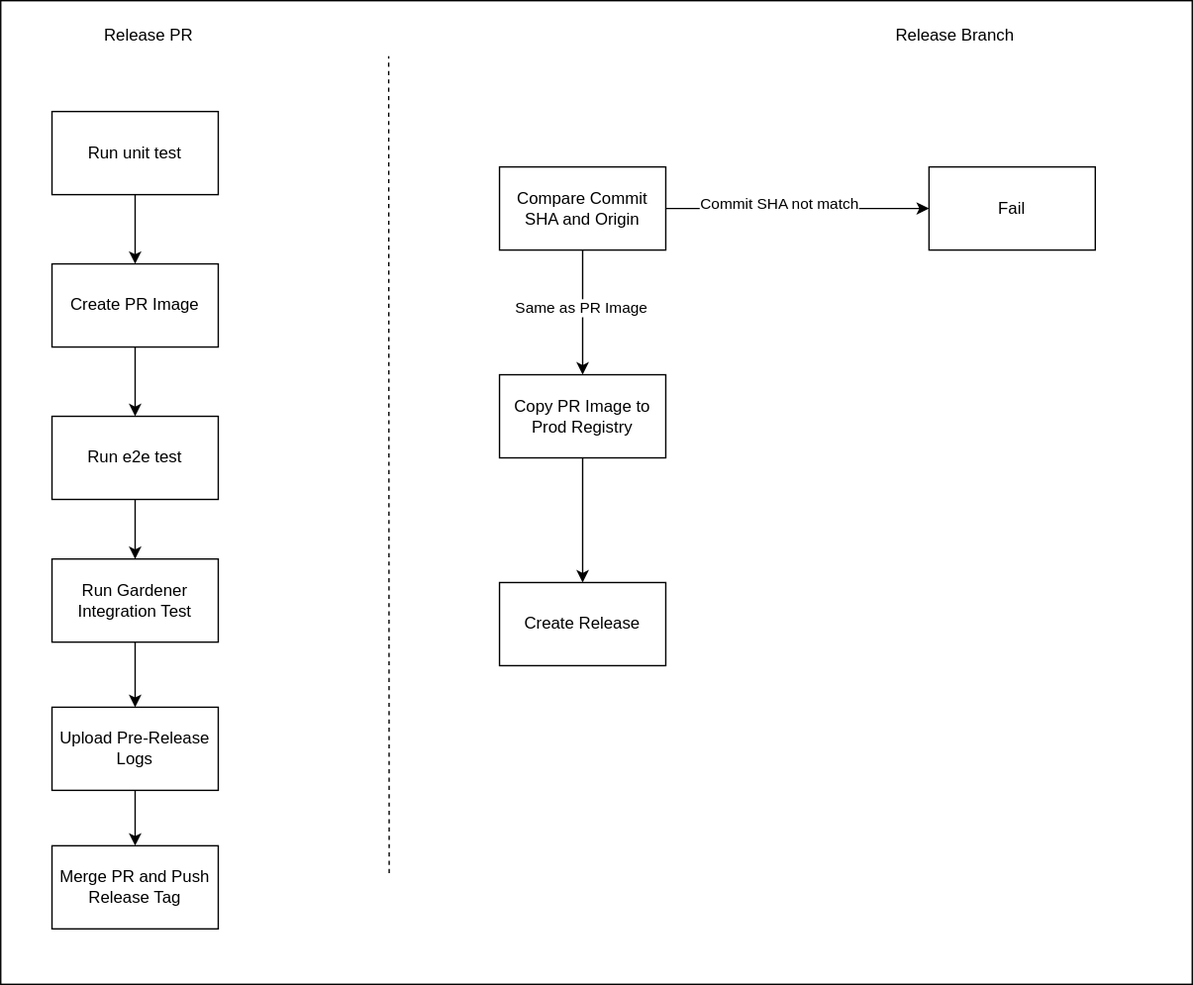
kyma-project/telemetry-manager keeps this draw.io diagram as docs/contributor/assets/auditable-release-alternative.drawio.svg. Above is the earlier version. Source tidied: cells renumbered, new cells last; positions are measured from the earlier drawing's top-left corner, leaving out a move shared by most shapes.
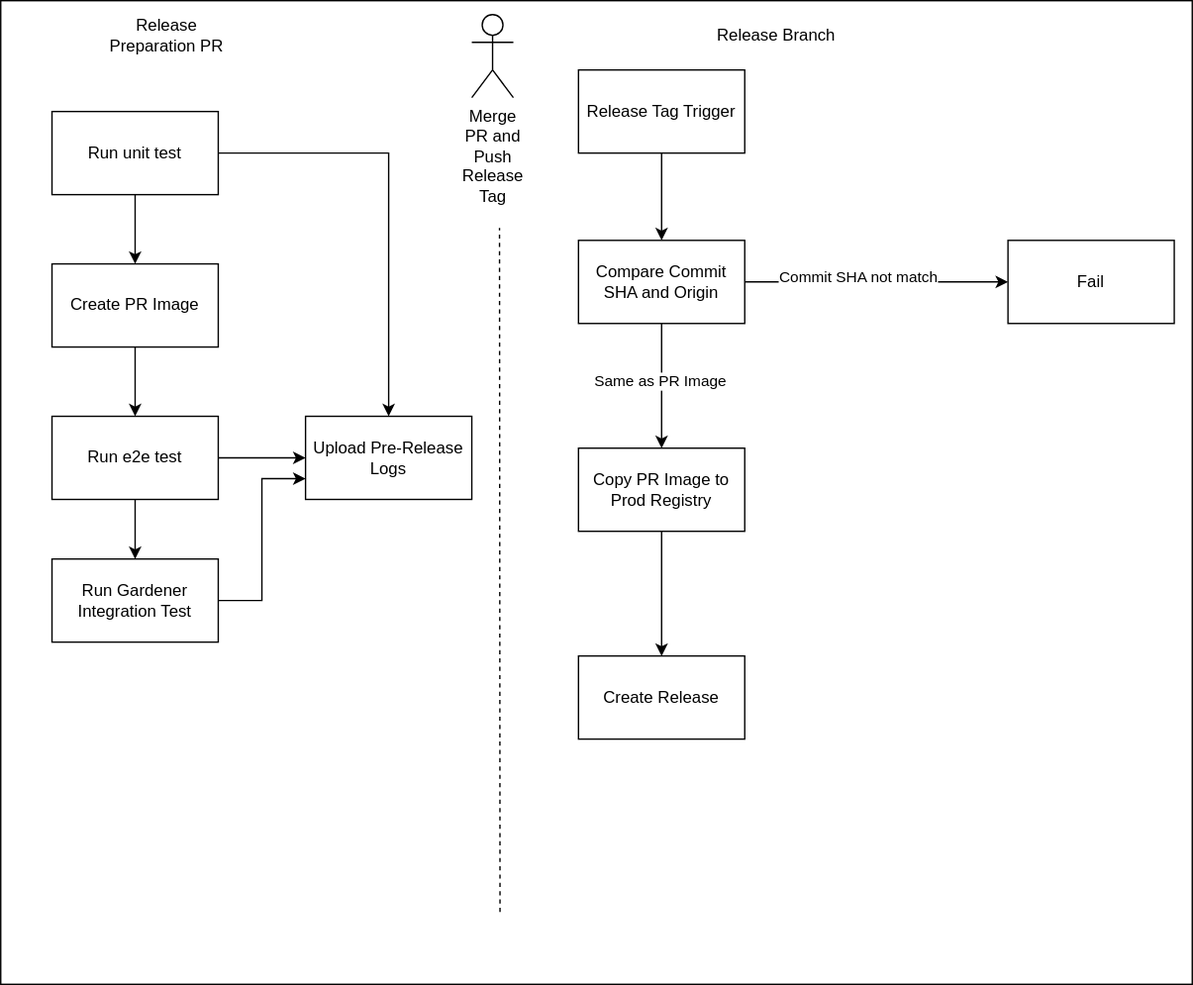
After the commit.

The edit, as a diff of the source:
```diff
@@ -14,12 +14,18 @@
     <mxCell id="5" style="edgeStyle=orthogonalEdgeStyle;rounded=0;jettySize=auto;html=1;exitX=0.5;exitY=1;exitDx=0;exitDy=0;labelBackgroundColor=none;fontColor=default;" parent="1" edge="1" source="6" target="19">
       <mxGeometry relative="1" as="geometry" />
     </mxCell>
+    <mxCell id="26" style="edgeStyle=orthogonalEdgeStyle;rounded=0;jettySize=auto;html=1;exitX=1;exitY=0.5;exitDx=0;exitDy=0;entryX=0;entryY=0.5;entryDx=0;entryDy=0;" parent="1" edge="1" source="6" target="13">
+      <mxGeometry relative="1" as="geometry" />
+    </mxCell>
     <mxCell id="6" value="Run e2e test" style="rounded=0;whiteSpace=wrap;html=1;labelBackgroundColor=none;" parent="1" vertex="1">
       <mxGeometry x="37" y="300" width="120" height="60" as="geometry" />
     </mxCell>
     <mxCell id="7" style="edgeStyle=orthogonalEdgeStyle;rounded=0;jettySize=auto;html=1;exitX=0.5;exitY=1;exitDx=0;exitDy=0;entryX=0.5;entryY=0;entryDx=0;entryDy=0;labelBackgroundColor=none;fontColor=default;" parent="1" edge="1" source="8" target="4">
       <mxGeometry relative="1" as="geometry" />
     </mxCell>
+    <mxCell id="27" style="edgeStyle=orthogonalEdgeStyle;rounded=0;jettySize=auto;html=1;exitX=1;exitY=0.5;exitDx=0;exitDy=0;entryX=0.5;entryY=0;entryDx=0;entryDy=0;" parent="1" edge="1" source="8" target="13">
+      <mxGeometry relative="1" as="geometry" />
+    </mxCell>
     <mxCell id="8" value="Run unit test" style="rounded=0;whiteSpace=wrap;html=1;labelBackgroundColor=none;" parent="1" vertex="1">
       <mxGeometry x="37" y="80" width="120" height="60" as="geometry" />
     </mxCell>
@@ -27,32 +33,27 @@
       <mxGeometry relative="1" as="geometry" />
     </mxCell>
     <mxCell id="10" value="Copy PR Image to Prod Registry" style="rounded=0;whiteSpace=wrap;html=1;labelBackgroundColor=none;" parent="1" vertex="1">
-      <mxGeometry x="360" y="270" width="120" height="60" as="geometry" />
+      <mxGeometry x="417" y="323" width="120" height="60" as="geometry" />
     </mxCell>
     <mxCell id="11" value="Create Release" style="rounded=0;whiteSpace=wrap;html=1;labelBackgroundColor=none;" parent="1" vertex="1">
-      <mxGeometry x="360" y="420" width="120" height="60" as="geometry" />
+      <mxGeometry x="417" y="473" width="120" height="60" as="geometry" />
     </mxCell>
-    <mxCell id="12" style="edgeStyle=orthogonalEdgeStyle;rounded=0;jettySize=auto;html=1;exitX=0.5;exitY=1;exitDx=0;exitDy=0;entryX=0.5;entryY=0;entryDx=0;entryDy=0;" parent="1" edge="1" source="13" target="17">
-      <mxGeometry relative="1" as="geometry" />
-    </mxCell>
     <mxCell id="13" value="Upload Pre-Release Logs" style="rounded=0;whiteSpace=wrap;html=1;labelBackgroundColor=none;" parent="1" vertex="1">
-      <mxGeometry x="37" y="510" width="120" height="60" as="geometry" />
+      <mxGeometry x="220" y="300" width="120" height="60" as="geometry" />
     </mxCell>
-    <mxCell id="14" style="endArrow=none;dashed=1;html=1;rounded=0;labelBackgroundColor=none;fontColor=default;exitX=0.326;exitY=0.887;exitDx=0;exitDy=0;exitPerimeter=0;" parent="1" edge="1" source="2">
+    <mxCell id="14" style="endArrow=none;dashed=1;html=1;rounded=0;labelBackgroundColor=none;fontColor=default;exitX=0.326;exitY=0.887;exitDx=0;exitDy=0;exitPerimeter=0;" parent="1" edge="1">
       <mxGeometry relative="1" as="geometry">
-        <mxPoint x="280" y="40" as="targetPoint" />
+        <mxPoint x="360.4" y="657.8" as="sourcePoint" />
+        <mxPoint x="360" y="164" as="targetPoint" />
       </mxGeometry>
     </mxCell>
-    <mxCell id="15" value="Release PR" style="text;html=1;align=center;verticalAlign=middle;whiteSpace=wrap;rounded=0;labelBackgroundColor=none;" parent="1" vertex="1">
-      <mxGeometry x="57" y="10" width="100" height="30" as="geometry" />
+    <mxCell id="15" value="Release Preparation PR" style="text;html=1;align=center;verticalAlign=middle;whiteSpace=wrap;rounded=0;labelBackgroundColor=none;" parent="1" vertex="1">
+      <mxGeometry x="70" y="10" width="100" height="30" as="geometry" />
     </mxCell>
     <mxCell id="16" value="Release Branch" style="text;html=1;align=center;verticalAlign=middle;whiteSpace=wrap;rounded=0;labelBackgroundColor=none;" parent="1" vertex="1">
-      <mxGeometry x="639" y="10" width="100" height="30" as="geometry" />
+      <mxGeometry x="510" y="10" width="100" height="30" as="geometry" />
     </mxCell>
-    <mxCell id="17" value="Merge PR and Push Release Tag" style="rounded=0;whiteSpace=wrap;html=1;labelBackgroundColor=none;" parent="1" vertex="1">
-      <mxGeometry x="37" y="610" width="120" height="60" as="geometry" />
-    </mxCell>
-    <mxCell id="18" style="edgeStyle=orthogonalEdgeStyle;rounded=0;jettySize=auto;html=1;exitX=0.5;exitY=1;exitDx=0;exitDy=0;entryX=0.5;entryY=0;entryDx=0;entryDy=0;" parent="1" edge="1" source="19" target="13">
+    <mxCell id="18" style="edgeStyle=orthogonalEdgeStyle;rounded=0;jettySize=auto;html=1;exitX=1;exitY=0.5;exitDx=0;exitDy=0;entryX=0;entryY=0.75;entryDx=0;entryDy=0;" parent="1" edge="1" source="19" target="13">
       <mxGeometry relative="1" as="geometry" />
     </mxCell>
     <mxCell id="19" value="Run Gardener Integration Test" style="rounded=0;whiteSpace=wrap;html=1;labelBackgroundColor=none;" parent="1" vertex="1">
@@ -71,10 +72,19 @@
       <mxGeometry x="-0.14" y="4" relative="1" as="geometry" />
     </mxCell>
     <mxCell id="24" value="Compare Commit SHA and Origin" style="rounded=0;whiteSpace=wrap;html=1;" parent="1" vertex="1">
-      <mxGeometry x="360" y="120" width="120" height="60" as="geometry" />
+      <mxGeometry x="417" y="173" width="120" height="60" as="geometry" />
     </mxCell>
     <mxCell id="25" value="Fail" style="rounded=0;whiteSpace=wrap;html=1;" parent="1" vertex="1">
-      <mxGeometry x="670" y="120" width="120" height="60" as="geometry" />
+      <mxGeometry x="727" y="173" width="120" height="60" as="geometry" />
     </mxCell>
+    <mxCell id="17" value="&lt;span style=&quot;text-wrap-mode: wrap;&quot;&gt;Merge PR and Push Release Tag&lt;/span&gt;" style="shape=umlActor;verticalLabelPosition=bottom;verticalAlign=top;html=1;outlineConnect=0;" parent="1" vertex="1">
+      <mxGeometry x="340" y="10" width="30" height="60" as="geometry" />
+    </mxCell>
+    <mxCell id="28" style="edgeStyle=orthogonalEdgeStyle;rounded=0;jettySize=auto;html=1;exitX=0.5;exitY=1;exitDx=0;exitDy=0;entryX=0.5;entryY=0;entryDx=0;entryDy=0;" parent="1" edge="1" source="29" target="24">
+      <mxGeometry relative="1" as="geometry" />
+    </mxCell>
+    <mxCell id="29" value="Release Tag Trigger" style="rounded=0;whiteSpace=wrap;html=1;" parent="1" vertex="1">
+      <mxGeometry x="417" y="50" width="120" height="60" as="geometry" />
+    </mxCell>
   </root>
 </mxGraphModel>
```
